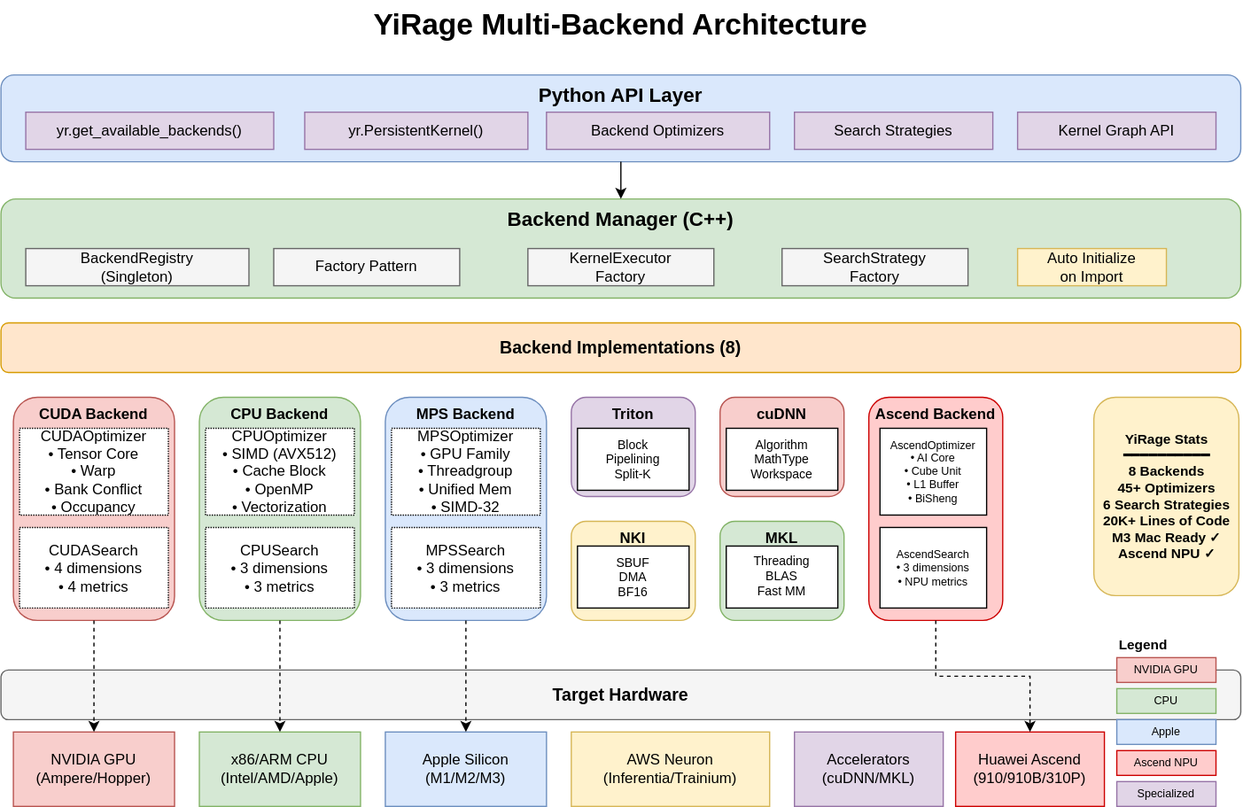
Before: img/architecture.drawio.svg, a diagram exported from draw.io (chenxingqiang/YiRage). Source tidied: cells renumbered, new cells last; positions are measured from the earlier drawing's top-left corner, leaving out a move shared by most shapes.
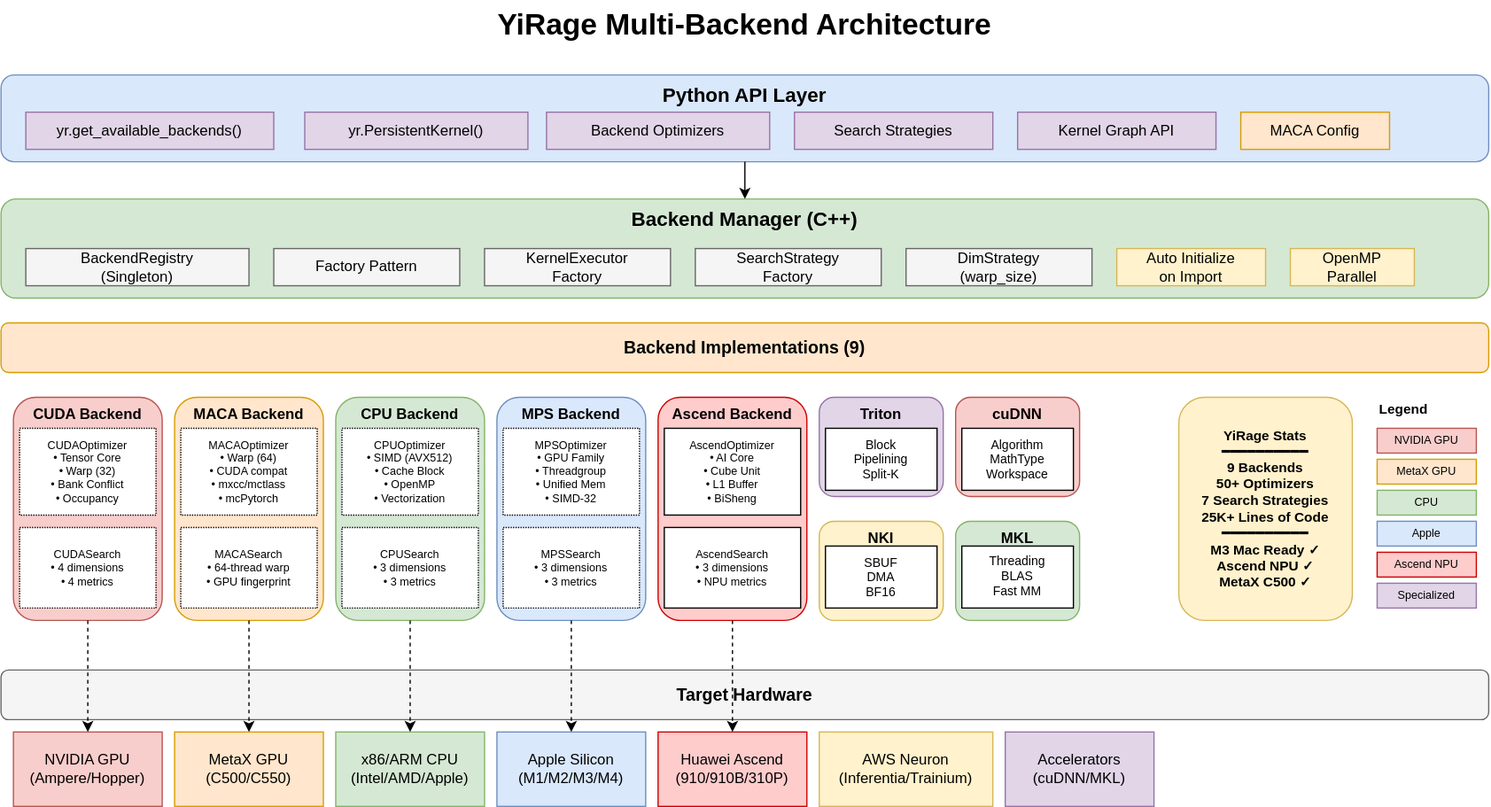
Above is the later version.

Commit message:
chore: Update CUTLASS submodule to indicate dirty state and adjust architecture diagram dimensions

- Mark CUTLASS submodule as dirty to reflect local changes.
- Update architecture diagram dimensions for improved clarity and consistency.

The edit, as a diff of the source:
```diff
@@ -5,6 +5,6 @@
     <mxCell id="2" value="YiRage Multi-Backend Architecture" style="text;html=1;strokeColor=none;fillColor=none;align=center;verticalAlign=middle;whiteSpace=wrap;rounded=0;fontSize=24;fontStyle=1;" parent="1" vertex="1">
-      <mxGeometry x="200" width="600" height="40" as="geometry" />
+      <mxGeometry x="300" width="600" height="40" as="geometry" />
     </mxCell>
     <mxCell id="3" value="Python API Layer" style="rounded=1;whiteSpace=wrap;html=1;fillColor=#dae8fc;strokeColor=#6c8ebf;fontSize=16;fontStyle=1;verticalAlign=top;" parent="1" vertex="1">
-      <mxGeometry y="60" width="1000" height="70" as="geometry" />
+      <mxGeometry y="60" width="1200" height="70" as="geometry" />
     </mxCell>
@@ -25,4 +25,7 @@
     </mxCell>
+    <mxCell id="55" value="MACA Config" style="rounded=0;whiteSpace=wrap;html=1;fillColor=#ffe6cc;strokeColor=#d79b00;" parent="1" vertex="1">
+      <mxGeometry x="1000" y="90" width="120" height="30" as="geometry" />
+    </mxCell>
     <mxCell id="9" value="Backend Manager (C++)" style="rounded=1;whiteSpace=wrap;html=1;fillColor=#d5e8d4;strokeColor=#82b366;fontSize=16;fontStyle=1;verticalAlign=top;" parent="1" vertex="1">
-      <mxGeometry y="160" width="1000" height="80" as="geometry" />
+      <mxGeometry y="160" width="1200" height="80" as="geometry" />
     </mxCell>
@@ -35,94 +38,112 @@
     <mxCell id="12" value="KernelExecutor&#10;Factory" style="rounded=0;whiteSpace=wrap;html=1;fillColor=#f5f5f5;strokeColor=#666666;" parent="1" vertex="1">
-      <mxGeometry x="425" y="200" width="150" height="30" as="geometry" />
+      <mxGeometry x="390" y="200" width="150" height="30" as="geometry" />
     </mxCell>
     <mxCell id="13" value="SearchStrategy&#10;Factory" style="rounded=0;whiteSpace=wrap;html=1;fillColor=#f5f5f5;strokeColor=#666666;" parent="1" vertex="1">
-      <mxGeometry x="630" y="200" width="150" height="30" as="geometry" />
+      <mxGeometry x="560" y="200" width="150" height="30" as="geometry" />
     </mxCell>
+    <mxCell id="56" value="DimStrategy&#10;(warp_size)" style="rounded=0;whiteSpace=wrap;html=1;fillColor=#f5f5f5;strokeColor=#666666;" parent="1" vertex="1">
+      <mxGeometry x="730" y="200" width="150" height="30" as="geometry" />
+    </mxCell>
     <mxCell id="14" value="Auto Initialize&#10;on Import" style="rounded=0;whiteSpace=wrap;html=1;fillColor=#fff2cc;strokeColor=#d6b656;" parent="1" vertex="1">
-      <mxGeometry x="820" y="200" width="120" height="30" as="geometry" />
+      <mxGeometry x="900" y="200" width="120" height="30" as="geometry" />
     </mxCell>
+    <mxCell id="57" value="OpenMP&#10;Parallel" style="rounded=0;whiteSpace=wrap;html=1;fillColor=#fff2cc;strokeColor=#d6b656;" parent="1" vertex="1">
+      <mxGeometry x="1040" y="200" width="100" height="30" as="geometry" />
+    </mxCell>
-    <mxCell id="15" value="Backend Implementations (8)" style="rounded=1;whiteSpace=wrap;html=1;fillColor=#ffe6cc;strokeColor=#d79b00;fontSize=14;fontStyle=1;" parent="1" vertex="1">
-      <mxGeometry y="260" width="1000" height="40" as="geometry" />
+    <mxCell id="15" value="Backend Implementations (9)" style="rounded=1;whiteSpace=wrap;html=1;fillColor=#ffe6cc;strokeColor=#d79b00;fontSize=14;fontStyle=1;" parent="1" vertex="1">
+      <mxGeometry y="260" width="1200" height="40" as="geometry" />
     </mxCell>
     <mxCell id="16" value="CUDA Backend" style="rounded=1;whiteSpace=wrap;html=1;fillColor=#f8cecc;strokeColor=#b85450;fontStyle=1;verticalAlign=top;" parent="1" vertex="1">
-      <mxGeometry x="10" y="320" width="130" height="180" as="geometry" />
+      <mxGeometry x="10" y="320" width="120" height="180" as="geometry" />
     </mxCell>
-    <mxCell id="17" value="CUDAOptimizer&#10;• Tensor Core&#10;• Warp&#10;• Bank Conflict&#10;• Occupancy" style="rounded=0;whiteSpace=wrap;html=1;align=center;fillColor=#ffffff;dashed=1;dashPattern=1 1;" parent="1" vertex="1">
-      <mxGeometry x="15" y="345" width="120" height="70" as="geometry" />
+    <mxCell id="17" value="CUDAOptimizer&#10;• Tensor Core&#10;• Warp (32)&#10;• Bank Conflict&#10;• Occupancy" style="rounded=0;whiteSpace=wrap;html=1;align=center;fillColor=#ffffff;dashed=1;dashPattern=1 1;fontSize=9;" parent="1" vertex="1">
+      <mxGeometry x="15" y="345" width="110" height="70" as="geometry" />
     </mxCell>
-    <mxCell id="18" value="CUDASearch&#10;• 4 dimensions&#10;• 4 metrics" style="rounded=0;whiteSpace=wrap;html=1;align=center;fillColor=#ffffff;dashed=1;dashPattern=1 1;" parent="1" vertex="1">
-      <mxGeometry x="15" y="425" width="120" height="65" as="geometry" />
+    <mxCell id="18" value="CUDASearch&#10;• 4 dimensions&#10;• 4 metrics" style="rounded=0;whiteSpace=wrap;html=1;align=center;fillColor=#ffffff;dashed=1;dashPattern=1 1;fontSize=9;" parent="1" vertex="1">
+      <mxGeometry x="15" y="425" width="110" height="65" as="geometry" />
     </mxCell>
+    <mxCell id="58" value="MACA Backend" style="rounded=1;whiteSpace=wrap;html=1;fillColor=#ffe6cc;strokeColor=#d79b00;fontStyle=1;verticalAlign=top;" parent="1" vertex="1">
+      <mxGeometry x="140" y="320" width="120" height="180" as="geometry" />
+    </mxCell>
+    <mxCell id="59" value="MACAOptimizer&#10;• Warp (64)&#10;• CUDA compat&#10;• mxcc/mctlass&#10;• mcPytorch" style="rounded=0;whiteSpace=wrap;html=1;align=center;fillColor=#ffffff;dashed=1;dashPattern=1 1;fontSize=9;" parent="1" vertex="1">
+      <mxGeometry x="145" y="345" width="110" height="70" as="geometry" />
+    </mxCell>
+    <mxCell id="60" value="MACASearch&#10;• 64-thread warp&#10;• GPU fingerprint" style="rounded=0;whiteSpace=wrap;html=1;align=center;fillColor=#ffffff;dashed=1;dashPattern=1 1;fontSize=9;" parent="1" vertex="1">
+      <mxGeometry x="145" y="425" width="110" height="65" as="geometry" />
+    </mxCell>
     <mxCell id="19" value="CPU Backend" style="rounded=1;whiteSpace=wrap;html=1;fillColor=#d5e8d4;strokeColor=#82b366;fontStyle=1;verticalAlign=top;" parent="1" vertex="1">
-      <mxGeometry x="160" y="320" width="130" height="180" as="geometry" />
+      <mxGeometry x="270" y="320" width="120" height="180" as="geometry" />
     </mxCell>
-    <mxCell id="20" value="CPUOptimizer&#10;• SIMD (AVX512)&#10;• Cache Block&#10;• OpenMP&#10;• Vectorization" style="rounded=0;whiteSpace=wrap;html=1;align=center;fillColor=#ffffff;dashed=1;dashPattern=1 1;" parent="1" vertex="1">
-      <mxGeometry x="165" y="345" width="120" height="70" as="geometry" />
+    <mxCell id="20" value="CPUOptimizer&#10;• SIMD (AVX512)&#10;• Cache Block&#10;• OpenMP&#10;• Vectorization" style="rounded=0;whiteSpace=wrap;html=1;align=center;fillColor=#ffffff;dashed=1;dashPattern=1 1;fontSize=9;" parent="1" vertex="1">
+      <mxGeometry x="275" y="345" width="110" height="70" as="geometry" />
     </mxCell>
-    <mxCell id="21" value="CPUSearch&#10;• 3 dimensions&#10;• 3 metrics" style="rounded=0;whiteSpace=wrap;html=1;align=center;fillColor=#ffffff;dashed=1;dashPattern=1 1;" parent="1" vertex="1">
-      <mxGeometry x="165" y="425" width="120" height="65" as="geometry" />
+    <mxCell id="21" value="CPUSearch&#10;• 3 dimensions&#10;• 3 metrics" style="rounded=0;whiteSpace=wrap;html=1;align=center;fillColor=#ffffff;dashed=1;dashPattern=1 1;fontSize=9;" parent="1" vertex="1">
+      <mxGeometry x="275" y="425" width="110" height="65" as="geometry" />
     </mxCell>
     <mxCell id="22" value="MPS Backend" style="rounded=1;whiteSpace=wrap;html=1;fillColor=#dae8fc;strokeColor=#6c8ebf;fontStyle=1;verticalAlign=top;" parent="1" vertex="1">
-      <mxGeometry x="310" y="320" width="130" height="180" as="geometry" />
+      <mxGeometry x="400" y="320" width="120" height="180" as="geometry" />
     </mxCell>
-    <mxCell id="23" value="MPSOptimizer&#10;• GPU Family&#10;• Threadgroup&#10;• Unified Mem&#10;• SIMD-32" style="rounded=0;whiteSpace=wrap;html=1;align=center;fillColor=#ffffff;verticalAlign=middle;dashed=1;dashPattern=1 1;" parent="1" vertex="1">
-      <mxGeometry x="315" y="345" width="120" height="70" as="geometry" />
+    <mxCell id="23" value="MPSOptimizer&#10;• GPU Family&#10;• Threadgroup&#10;• Unified Mem&#10;• SIMD-32" style="rounded=0;whiteSpace=wrap;html=1;align=center;fillColor=#ffffff;verticalAlign=middle;dashed=1;dashPattern=1 1;fontSize=9;" parent="1" vertex="1">
+      <mxGeometry x="405" y="345" width="110" height="70" as="geometry" />
     </mxCell>
-    <mxCell id="24" value="MPSSearch&#10;• 3 dimensions&#10;• 3 metrics" style="rounded=0;whiteSpace=wrap;html=1;align=center;fillColor=#ffffff;verticalAlign=middle;labelBackgroundColor=none;dashed=1;dashPattern=1 1;" parent="1" vertex="1">
-      <mxGeometry x="315" y="425" width="120" height="65" as="geometry" />
+    <mxCell id="24" value="MPSSearch&#10;• 3 dimensions&#10;• 3 metrics" style="rounded=0;whiteSpace=wrap;html=1;align=center;fillColor=#ffffff;verticalAlign=middle;labelBackgroundColor=none;dashed=1;dashPattern=1 1;fontSize=9;" parent="1" vertex="1">
+      <mxGeometry x="405" y="425" width="110" height="65" as="geometry" />
     </mxCell>
+    <mxCell id="33" value="Ascend Backend" style="rounded=1;whiteSpace=wrap;html=1;fillColor=#ffcccc;strokeColor=#cc0000;fontStyle=1;verticalAlign=top;" parent="1" vertex="1">
+      <mxGeometry x="530" y="320" width="120" height="180" as="geometry" />
+    </mxCell>
+    <mxCell id="34" value="AscendOptimizer&#10;• AI Core&#10;• Cube Unit&#10;• L1 Buffer&#10;• BiSheng" style="rounded=0;whiteSpace=wrap;html=1;align=center;fillColor=#ffffff;fontSize=9;" parent="1" vertex="1">
+      <mxGeometry x="535" y="345" width="110" height="70" as="geometry" />
+    </mxCell>
+    <mxCell id="35" value="AscendSearch&#10;• 3 dimensions&#10;• NPU metrics" style="rounded=0;whiteSpace=wrap;html=1;align=center;fillColor=#ffffff;fontSize=9;" parent="1" vertex="1">
+      <mxGeometry x="535" y="425" width="110" height="65" as="geometry" />
+    </mxCell>
     <mxCell id="25" value="Triton" style="rounded=1;whiteSpace=wrap;html=1;fillColor=#e1d5e7;strokeColor=#9673a6;fontStyle=1;verticalAlign=top;" parent="1" vertex="1">
-      <mxGeometry x="460" y="320" width="100" height="80" as="geometry" />
+      <mxGeometry x="660" y="320" width="100" height="80" as="geometry" />
     </mxCell>
     <mxCell id="26" value="Block&#10;Pipelining&#10;Split-K" style="rounded=0;whiteSpace=wrap;html=1;align=center;fontSize=10;fillColor=#ffffff;" parent="1" vertex="1">
-      <mxGeometry x="465" y="345" width="90" height="50" as="geometry" />
+      <mxGeometry x="665" y="345" width="90" height="50" as="geometry" />
     </mxCell>
     <mxCell id="27" value="NKI" style="rounded=1;whiteSpace=wrap;html=1;fillColor=#fff2cc;strokeColor=#d6b656;fontStyle=1;verticalAlign=top;" parent="1" vertex="1">
-      <mxGeometry x="460" y="420" width="100" height="80" as="geometry" />
+      <mxGeometry x="660" y="420" width="100" height="80" as="geometry" />
     </mxCell>
     <mxCell id="28" value="SBUF&#10;DMA&#10;BF16" style="rounded=0;whiteSpace=wrap;html=1;align=center;fontSize=10;fillColor=#ffffff;" parent="1" vertex="1">
-      <mxGeometry x="465" y="440" width="90" height="50" as="geometry" />
+      <mxGeometry x="665" y="440" width="90" height="50" as="geometry" />
     </mxCell>
     <mxCell id="29" value="cuDNN" style="rounded=1;whiteSpace=wrap;html=1;fillColor=#f8cecc;strokeColor=#b85450;fontStyle=1;verticalAlign=top;" parent="1" vertex="1">
-      <mxGeometry x="580" y="320" width="100" height="80" as="geometry" />
+      <mxGeometry x="770" y="320" width="100" height="80" as="geometry" />
     </mxCell>
     <mxCell id="30" value="Algorithm&#10;MathType&#10;Workspace" style="rounded=0;whiteSpace=wrap;html=1;align=center;fontSize=10;fillColor=#ffffff;" parent="1" vertex="1">
-      <mxGeometry x="585" y="345" width="90" height="50" as="geometry" />
+      <mxGeometry x="775" y="345" width="90" height="50" as="geometry" />
     </mxCell>
     <mxCell id="31" value="MKL" style="rounded=1;whiteSpace=wrap;html=1;fillColor=#d5e8d4;strokeColor=#82b366;fontStyle=1;verticalAlign=top;" parent="1" vertex="1">
-      <mxGeometry x="580" y="420" width="100" height="80" as="geometry" />
+      <mxGeometry x="770" y="420" width="100" height="80" as="geometry" />
     </mxCell>
     <mxCell id="32" value="Threading&#10;BLAS&#10;Fast MM" style="rounded=0;whiteSpace=wrap;html=1;align=center;fontSize=10;fillColor=#ffffff;verticalAlign=top;" parent="1" vertex="1">
-      <mxGeometry x="585" y="440" width="90" height="50" as="geometry" />
+      <mxGeometry x="775" y="440" width="90" height="50" as="geometry" />
     </mxCell>
-    <mxCell id="33" value="Ascend Backend" style="rounded=1;whiteSpace=wrap;html=1;fillColor=#ffcccc;strokeColor=#cc0000;fontStyle=1;verticalAlign=top;" parent="1" vertex="1">
-      <mxGeometry x="700" y="320" width="108" height="180" as="geometry" />
-    </mxCell>
-    <mxCell id="34" value="AscendOptimizer&#10;• AI Core&#10;• Cube Unit&#10;• L1 Buffer&#10;• BiSheng" style="rounded=0;whiteSpace=wrap;html=1;align=center;fillColor=#ffffff;fontSize=9;" parent="1" vertex="1">
-      <mxGeometry x="709" y="345" width="86" height="70" as="geometry" />
-    </mxCell>
-    <mxCell id="35" value="AscendSearch&#10;• 3 dimensions&#10;• NPU metrics" style="rounded=0;whiteSpace=wrap;html=1;align=center;fillColor=#ffffff;fontSize=9;" parent="1" vertex="1">
-      <mxGeometry x="709" y="425" width="86" height="65" as="geometry" />
-    </mxCell>
     <mxCell id="36" value="Target Hardware" style="rounded=1;whiteSpace=wrap;html=1;fillColor=#f5f5f5;strokeColor=#666666;fontSize=14;fontStyle=1;" parent="1" vertex="1">
-      <mxGeometry y="540" width="1000" height="40" as="geometry" />
+      <mxGeometry y="540" width="1200" height="40" as="geometry" />
     </mxCell>
     <mxCell id="37" value="NVIDIA GPU&#10;(Ampere/Hopper)" style="rounded=0;whiteSpace=wrap;html=1;fillColor=#f8cecc;strokeColor=#b85450;" parent="1" vertex="1">
-      <mxGeometry x="10" y="590" width="130" height="60" as="geometry" />
+      <mxGeometry x="10" y="590" width="120" height="60" as="geometry" />
     </mxCell>
+    <mxCell id="61" value="MetaX GPU&#10;(C500/C550)" style="rounded=0;whiteSpace=wrap;html=1;fillColor=#ffe6cc;strokeColor=#d79b00;" parent="1" vertex="1">
+      <mxGeometry x="140" y="590" width="120" height="60" as="geometry" />
+    </mxCell>
     <mxCell id="38" value="x86/ARM CPU&#10;(Intel/AMD/Apple)" style="rounded=0;whiteSpace=wrap;html=1;fillColor=#d5e8d4;strokeColor=#82b366;" parent="1" vertex="1">
-      <mxGeometry x="160" y="590" width="130" height="60" as="geometry" />
+      <mxGeometry x="270" y="590" width="120" height="60" as="geometry" />
     </mxCell>
-    <mxCell id="39" value="Apple Silicon&#10;(M1/M2/M3)" style="rounded=0;whiteSpace=wrap;html=1;fillColor=#dae8fc;strokeColor=#6c8ebf;" parent="1" vertex="1">
-      <mxGeometry x="310" y="590" width="130" height="60" as="geometry" />
+    <mxCell id="39" value="Apple Silicon&#10;(M1/M2/M3/M4)" style="rounded=0;whiteSpace=wrap;html=1;fillColor=#dae8fc;strokeColor=#6c8ebf;" parent="1" vertex="1">
+      <mxGeometry x="400" y="590" width="120" height="60" as="geometry" />
     </mxCell>
+    <mxCell id="42" value="Huawei Ascend&#10;(910/910B/310P)" style="rounded=0;whiteSpace=wrap;html=1;fillColor=#ffcccc;strokeColor=#cc0000;" parent="1" vertex="1">
+      <mxGeometry x="530" y="590" width="120" height="60" as="geometry" />
+    </mxCell>
     <mxCell id="40" value="AWS Neuron&#10;(Inferentia/Trainium)" style="rounded=0;whiteSpace=wrap;html=1;fillColor=#fff2cc;strokeColor=#d6b656;verticalAlign=middle;" parent="1" vertex="1">
-      <mxGeometry x="460" y="590" width="160" height="60" as="geometry" />
+      <mxGeometry x="660" y="590" width="140" height="60" as="geometry" />
     </mxCell>
     <mxCell id="41" value="Accelerators&#10;(cuDNN/MKL)" style="rounded=0;whiteSpace=wrap;html=1;fillColor=#e1d5e7;strokeColor=#9673a6;" parent="1" vertex="1">
-      <mxGeometry x="640" y="590" width="120" height="60" as="geometry" />
+      <mxGeometry x="810" y="590" width="120" height="60" as="geometry" />
     </mxCell>
-    <mxCell id="42" value="Huawei Ascend&#10;(910/910B/310P)" style="rounded=0;whiteSpace=wrap;html=1;fillColor=#ffcccc;strokeColor=#cc0000;" parent="1" vertex="1">
-      <mxGeometry x="770" y="590" width="120" height="60" as="geometry" />
-    </mxCell>
     <mxCell id="43" style="edgeStyle=orthogonalEdgeStyle;rounded=0;jettySize=auto;html=1;dashed=1;" parent="1" edge="1" source="33" target="42">
@@ -136,2 +157,5 @@
     </mxCell>
+    <mxCell id="62" style="edgeStyle=orthogonalEdgeStyle;rounded=0;jettySize=auto;html=1;dashed=1;" parent="1" edge="1" source="58" target="61">
+      <mxGeometry relative="1" as="geometry" />
+    </mxCell>
     <mxCell id="46" style="edgeStyle=orthogonalEdgeStyle;rounded=0;jettySize=auto;html=1;dashed=1;" parent="1" edge="1" source="19" target="38">
@@ -142,23 +166,26 @@
     </mxCell>
-    <mxCell id="48" value="YiRage Stats&#10;━━━━━━━━━━&#10;8 Backends&#10;45+ Optimizers&#10;6 Search Strategies&#10;20K+ Lines of Code&#10;M3 Mac Ready ✓&#10;Ascend NPU ✓" style="rounded=1;whiteSpace=wrap;html=1;fillColor=#fff2cc;strokeColor=#d6b656;align=center;fontSize=11;fontStyle=1;" parent="1" vertex="1">
-      <mxGeometry x="881.5" y="320" width="117" height="160" as="geometry" />
+    <mxCell id="48" value="YiRage Stats&#10;━━━━━━━━━━&#10;9 Backends&#10;50+ Optimizers&#10;7 Search Strategies&#10;25K+ Lines of Code&#10;━━━━━━━━━━&#10;M3 Mac Ready ✓&#10;Ascend NPU ✓&#10;MetaX C500 ✓" style="rounded=1;whiteSpace=wrap;html=1;fillColor=#fff2cc;strokeColor=#d6b656;align=center;fontSize=11;fontStyle=1;" parent="1" vertex="1">
+      <mxGeometry x="950" y="320" width="140" height="180" as="geometry" />
     </mxCell>
     <mxCell id="49" value="Legend" style="text;html=1;strokeColor=none;fillColor=none;align=left;verticalAlign=middle;whiteSpace=wrap;fontSize=11;fontStyle=1;" parent="1" vertex="1">
-      <mxGeometry x="900" y="510" width="50" height="20" as="geometry" />
+      <mxGeometry x="1110" y="320" width="50" height="20" as="geometry" />
     </mxCell>
     <mxCell id="50" value="NVIDIA GPU" style="rounded=0;whiteSpace=wrap;html=1;fillColor=#f8cecc;strokeColor=#b85450;fontSize=9;" parent="1" vertex="1">
-      <mxGeometry x="900" y="530" width="80" height="20" as="geometry" />
+      <mxGeometry x="1110" y="345" width="80" height="20" as="geometry" />
     </mxCell>
-    <mxCell id="51" value="CPU" style="rounded=0;whiteSpace=wrap;html=1;fillColor=#d5e8d4;strokeColor=#82b366;fontSize=9;" parent="1" vertex="1">
-      <mxGeometry x="900" y="555" width="80" height="20" as="geometry" />
+    <mxCell id="51" value="MetaX GPU" style="rounded=0;whiteSpace=wrap;html=1;fillColor=#ffe6cc;strokeColor=#d79b00;fontSize=9;" parent="1" vertex="1">
+      <mxGeometry x="1110" y="370" width="80" height="20" as="geometry" />
     </mxCell>
-    <mxCell id="52" value="Apple" style="rounded=0;whiteSpace=wrap;html=1;fillColor=#dae8fc;strokeColor=#6c8ebf;fontSize=9;" parent="1" vertex="1">
-      <mxGeometry x="900" y="580" width="80" height="20" as="geometry" />
+    <mxCell id="52" value="CPU" style="rounded=0;whiteSpace=wrap;html=1;fillColor=#d5e8d4;strokeColor=#82b366;fontSize=9;" parent="1" vertex="1">
+      <mxGeometry x="1110" y="395" width="80" height="20" as="geometry" />
     </mxCell>
-    <mxCell id="53" value="Ascend NPU" style="rounded=0;whiteSpace=wrap;html=1;fillColor=#ffcccc;strokeColor=#cc0000;fontSize=9;" parent="1" vertex="1">
-      <mxGeometry x="900" y="605" width="80" height="20" as="geometry" />
+    <mxCell id="53" value="Apple" style="rounded=0;whiteSpace=wrap;html=1;fillColor=#dae8fc;strokeColor=#6c8ebf;fontSize=9;" parent="1" vertex="1">
+      <mxGeometry x="1110" y="420" width="80" height="20" as="geometry" />
     </mxCell>
-    <mxCell id="54" value="Specialized" style="rounded=0;whiteSpace=wrap;html=1;fillColor=#e1d5e7;strokeColor=#9673a6;fontSize=9;" parent="1" vertex="1">
-      <mxGeometry x="900" y="630" width="80" height="20" as="geometry" />
+    <mxCell id="54" value="Ascend NPU" style="rounded=0;whiteSpace=wrap;html=1;fillColor=#ffcccc;strokeColor=#cc0000;fontSize=9;" parent="1" vertex="1">
+      <mxGeometry x="1110" y="445" width="80" height="20" as="geometry" />
     </mxCell>
+    <mxCell id="63" value="Specialized" style="rounded=0;whiteSpace=wrap;html=1;fillColor=#e1d5e7;strokeColor=#9673a6;fontSize=9;" parent="1" vertex="1">
+      <mxGeometry x="1110" y="470" width="80" height="20" as="geometry" />
+    </mxCell>
   </root>
```
